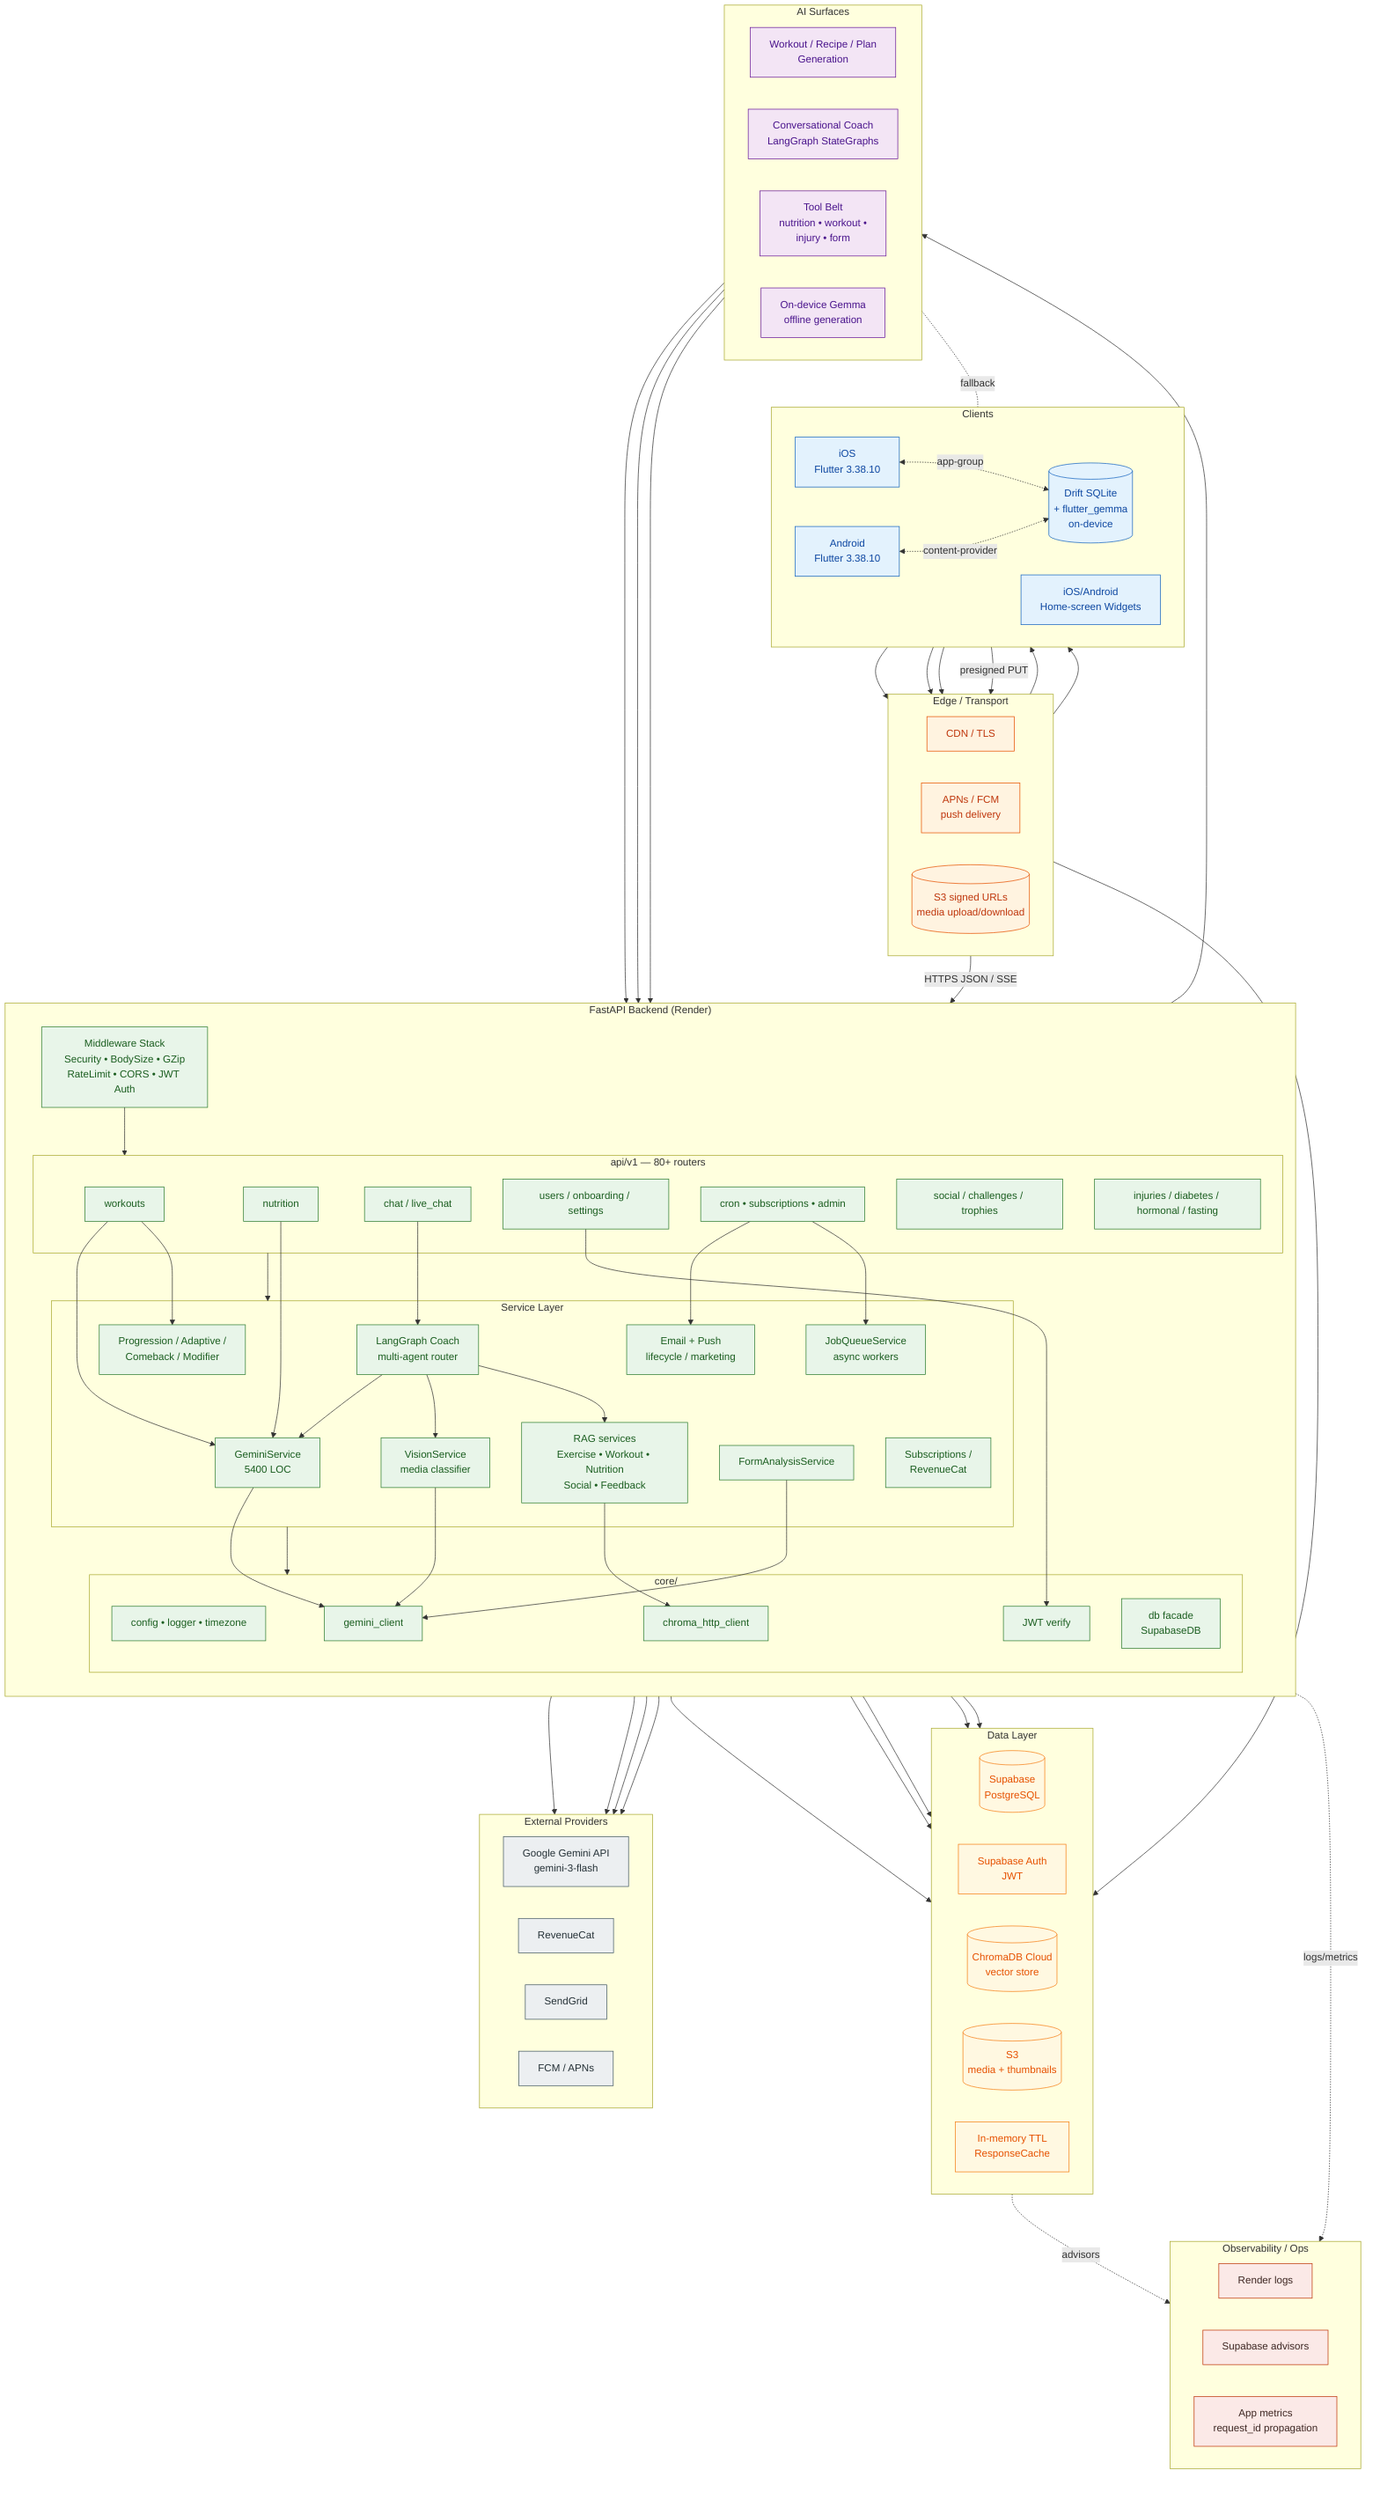
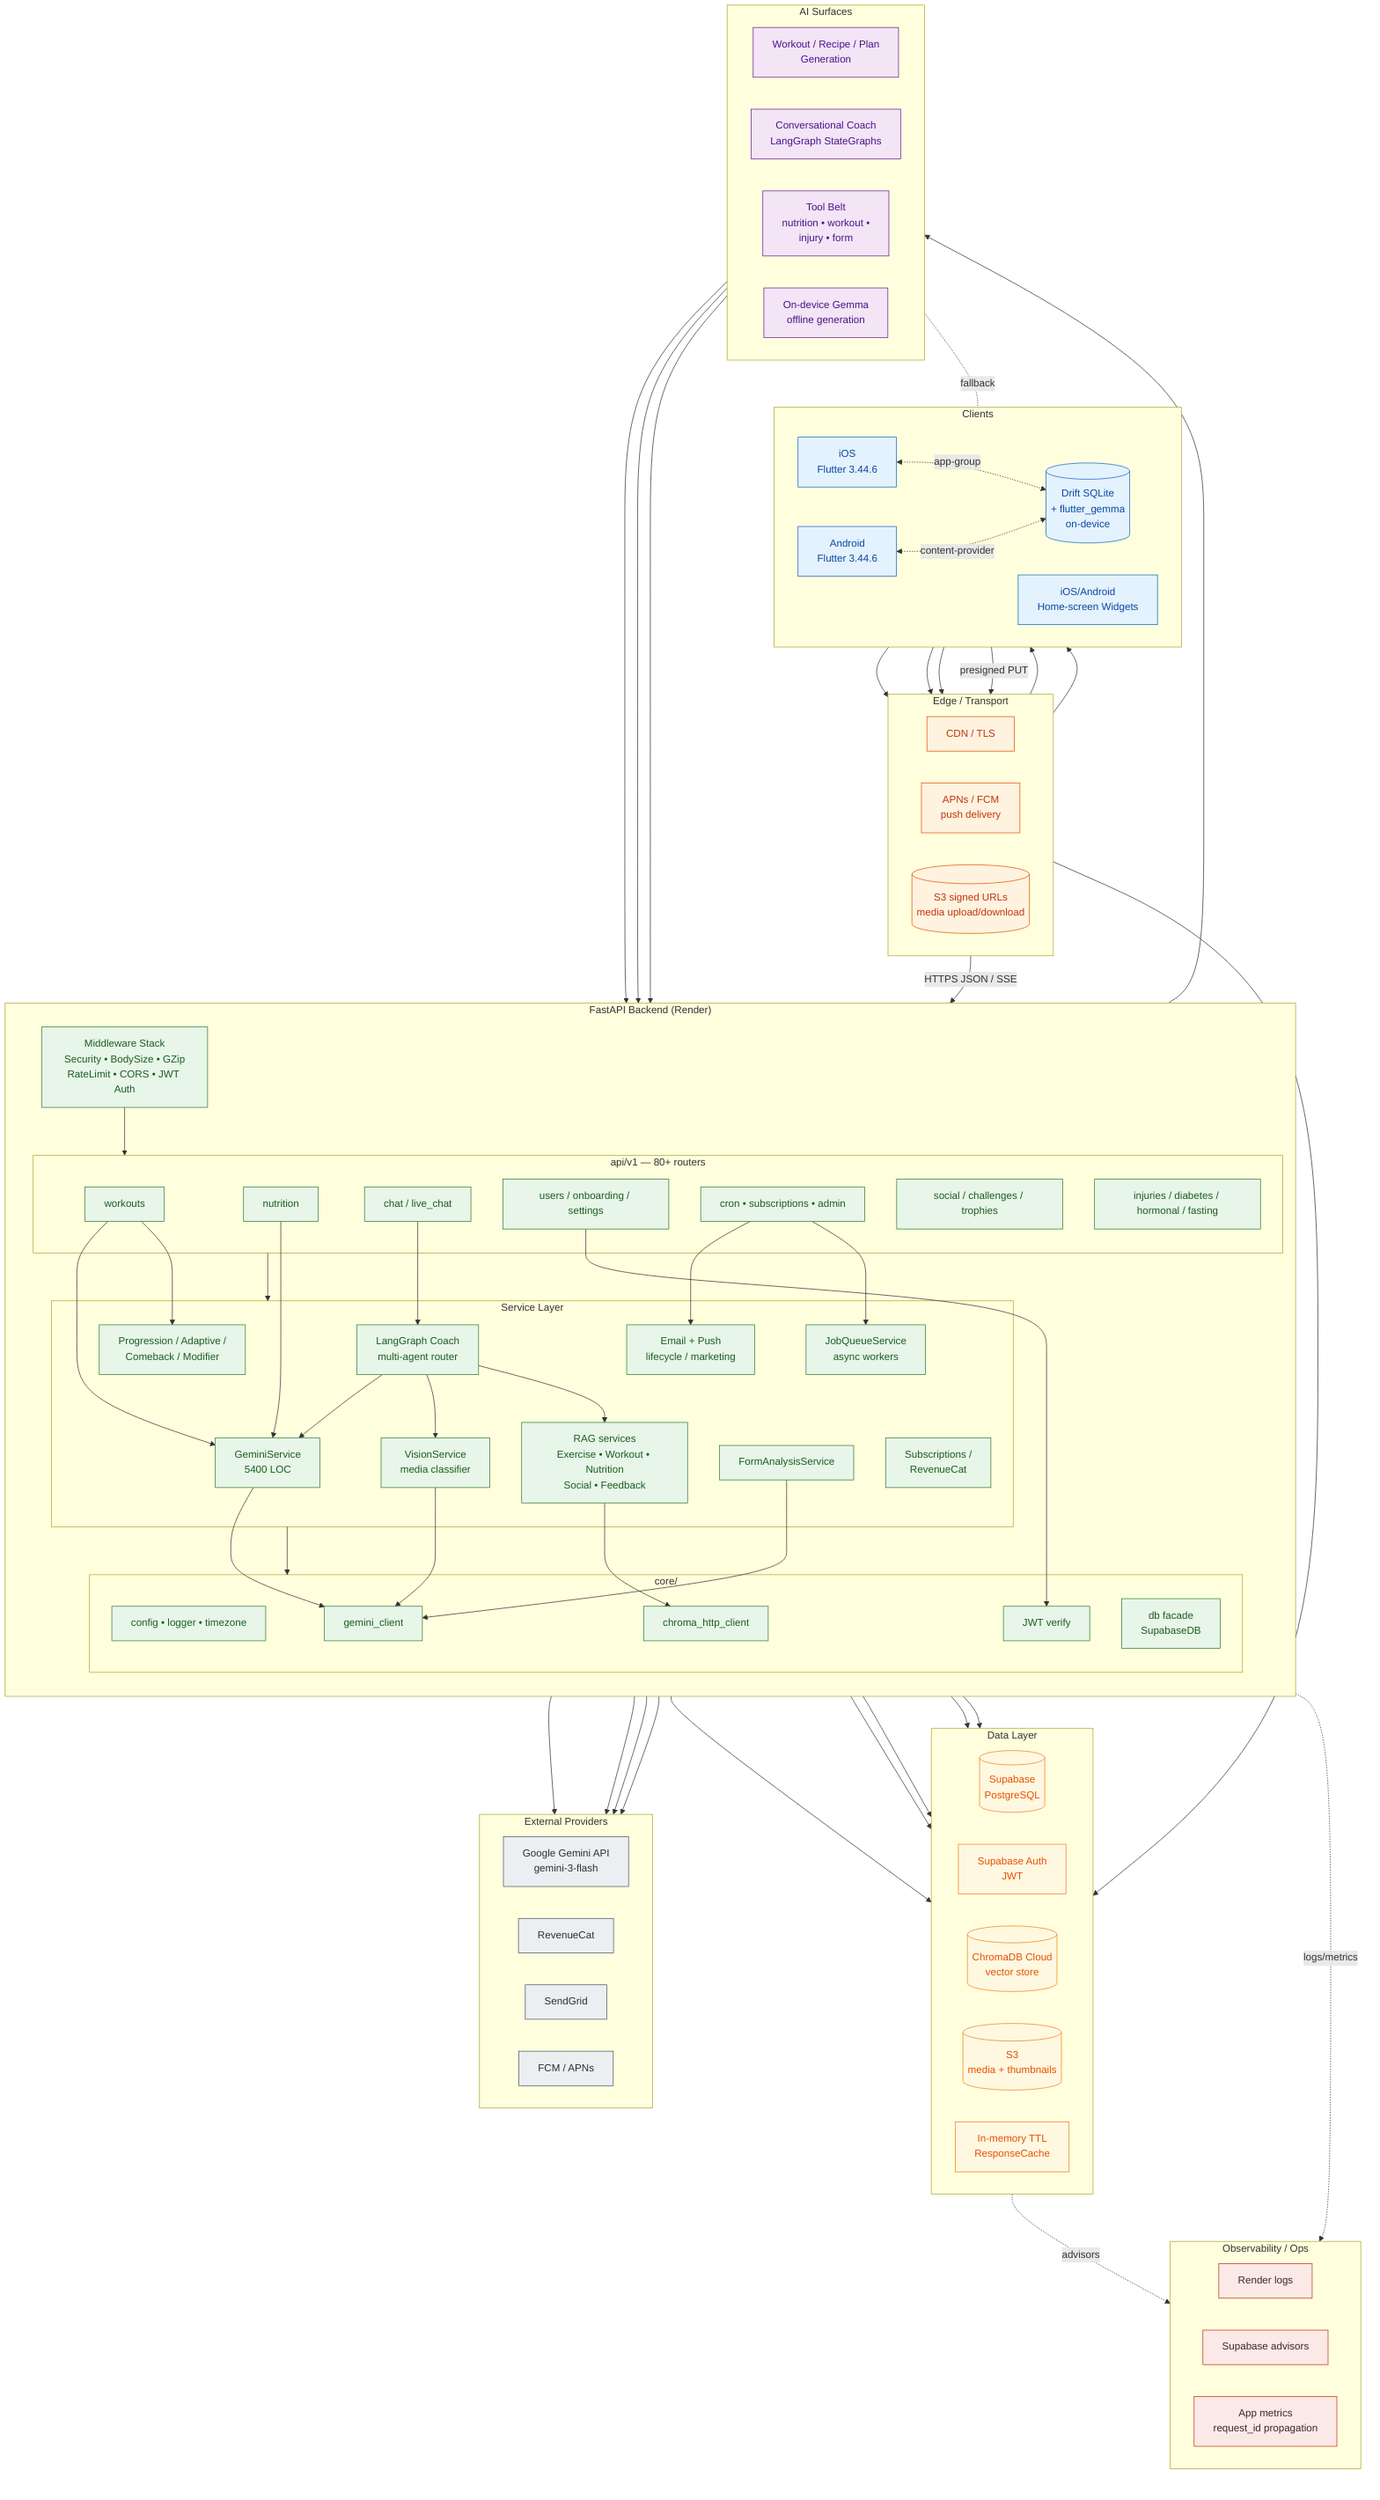
flowchart TB
  classDef client fill:#E3F2FD,stroke:#1565C0,color:#0D47A1
  classDef edge fill:#FFF3E0,stroke:#E65100,color:#BF360C
  classDef app fill:#E8F5E9,stroke:#2E7D32,color:#1B5E20
  classDef ai fill:#F3E5F5,stroke:#6A1B9A,color:#4A148C
  classDef data fill:#FFF8E1,stroke:#F57F17,color:#E65100
  classDef ext fill:#ECEFF1,stroke:#455A64,color:#263238
  classDef obs fill:#FBE9E7,stroke:#BF360C,color:#3E2723

  subgraph Clients["Clients"]
    direction LR
-     iOS[iOS<br/>Flutter 3.38.10]
-     Android[Android<br/>Flutter 3.38.10]
+     iOS[iOS<br/>Flutter 3.44.6]
+     Android[Android<br/>Flutter 3.44.6]
    Widget[iOS/Android<br/>Home-screen Widgets]
    Offline[(Drift SQLite<br/>+ flutter_gemma<br/>on-device)]
  end
  class iOS,Android,Widget,Offline client

  subgraph Edge["Edge / Transport"]
    direction LR
    CF[CDN / TLS]
    APNS_FCM[APNs / FCM<br/>push delivery]
    S3Pub[(S3 signed URLs<br/>media upload/download)]
  end
  class CF,APNS_FCM,S3Pub edge

  subgraph Backend["FastAPI Backend (Render)"]
    direction TB
    MW[Middleware Stack<br/>Security • BodySize • GZip<br/>RateLimit • CORS • JWT Auth]
    subgraph Routers["api/v1 — 80+ routers"]
      RW[workouts]
      RN[nutrition]
      RCH[chat / live_chat]
      RU[users / onboarding / settings]
      RS[social / challenges / trophies]
      RH[injuries / diabetes / hormonal / fasting]
      RX[cron • subscriptions • admin]
    end
    subgraph Services["Service Layer"]
      SG[GeminiService<br/>5400 LOC]
      SL[LangGraph Coach<br/>multi-agent router]
      SV[VisionService<br/>media classifier]
      SF[FormAnalysisService]
      SR[RAG services<br/>Exercise • Workout • Nutrition<br/>Social • Feedback]
      SE[Email + Push<br/>lifecycle / marketing]
      SJ[JobQueueService<br/>async workers]
      SP[Progression / Adaptive /<br/>Comeback / Modifier]
      SS[Subscriptions /<br/>RevenueCat]
    end
    subgraph Core["core/"]
      CFG[config • logger • timezone]
      DBF[db facade<br/>SupabaseDB]
      GC[gemini_client]
      CH[chroma_http_client]
      AUTH[JWT verify]
    end
  end
  class MW,RW,RN,RCH,RU,RS,RH,RX,SG,SL,SV,SF,SR,SE,SJ,SP,SS,CFG,DBF,GC,CH,AUTH app

  subgraph AISurf["AI Surfaces"]
    direction LR
    Gen[Workout / Recipe / Plan<br/>Generation]
    Chat[Conversational Coach<br/>LangGraph StateGraphs]
    Tools[Tool Belt<br/>nutrition • workout •<br/>injury • form]
    OnDev[On-device Gemma<br/>offline generation]
  end
  class Gen,Chat,Tools,OnDev ai

  subgraph DataLayer["Data Layer"]
    direction LR
    SB[(Supabase<br/>PostgreSQL)]
    SBA[Supabase Auth<br/>JWT]
    ChDB[(ChromaDB Cloud<br/>vector store)]
    S3[(S3<br/>media + thumbnails)]
    Cache[In-memory TTL<br/>ResponseCache]
  end
  class SB,SBA,ChDB,S3,Cache data

  subgraph External["External Providers"]
    direction LR
    GEM[Google Gemini API<br/>gemini-3-flash]
    RC[RevenueCat]
    SG2[SendGrid]
    FCM2[FCM / APNs]
  end
  class GEM,RC,SG2,FCM2 ext

  subgraph Ops["Observability / Ops"]
    direction LR
    RL[Render logs]
    SBAdv[Supabase advisors]
    Metrics[App metrics<br/>request_id propagation]
  end
  class RL,SBAdv,Metrics obs

  iOS --> CF
  Android --> CF
  Widget --> CF
  iOS <-. app-group .-> Offline
  Android <-. content-provider .-> Offline

  CF -->|HTTPS JSON / SSE| MW
  APNS_FCM --> iOS
  APNS_FCM --> Android
  iOS -->|presigned PUT| S3Pub
  S3Pub --> S3

  MW --> Routers
  Routers --> Services
  Services --> Core

  RW --> SG
  RW --> SP
  RN --> SG
  RCH --> SL
  RU --> AUTH
  RX --> SE
  RX --> SJ

  SL --> SG
  SL --> SV
  SL --> SR
  SL --> Tools
  SG --> GC --> GEM
  SV --> GC
  SF --> GC
  SR --> CH --> ChDB
  Chat --> SL
  Gen --> SG
  Gen --> SR
  OnDev -. fallback .- Offline

  DBF --> SB
  AUTH --> SBA
  Services --> S3
  Services --> Cache
  SS --> RC
  SE --> SG2
  SE --> FCM2

  Backend -. logs/metrics .-> Ops
  DataLayer -. advisors .-> SBAdv
